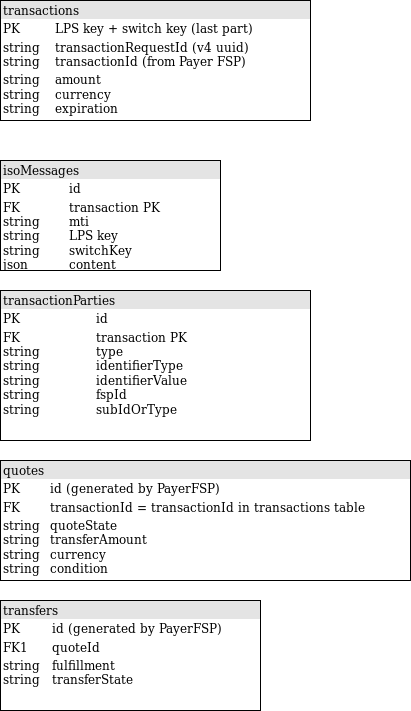
Earlier version of the draw.io export media/Adaptor-database-schema.png (mojaloop/mojaloop-adapter). Source tidied: cells renumbered, new cells last; positions are measured from the earlier drawing's top-left corner, leaving out a move shared by most shapes.
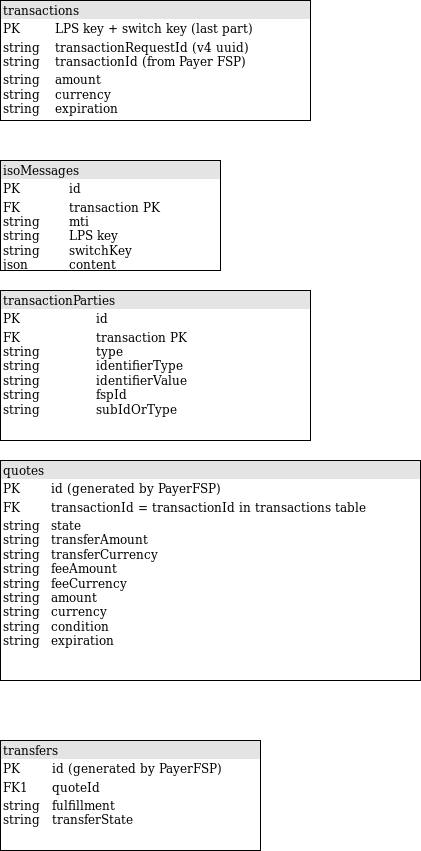
Later version of the same file.

Commit message:
chore: update db schema diagrams

The edit, as a diff of the source:
```diff
@@ -11,11 +11,11 @@
     <mxCell id="4" value="&lt;div style=&quot;box-sizing: border-box ; width: 100% ; background: #e4e4e4 ; padding: 2px&quot;&gt;transactionParties&lt;br&gt;&lt;/div&gt;&lt;table style=&quot;width: 100% ; font-size: 1em&quot; cellspacing=&quot;0&quot; cellpadding=&quot;2&quot;&gt;&lt;tbody&gt;&lt;tr&gt;&lt;td&gt;PK&lt;/td&gt;&lt;td&gt;id&lt;/td&gt;&lt;/tr&gt;&lt;tr&gt;&lt;td&gt;FK&lt;br&gt;string&lt;br&gt;string&lt;br&gt;string&lt;br&gt;string&lt;br&gt;string&lt;br&gt;&lt;/td&gt;&lt;td&gt;transaction PK&lt;br&gt;type&lt;br&gt;identifierType&lt;br&gt;identifierValue&lt;br&gt;fspId&lt;br&gt;subIdOrType&lt;br&gt;&lt;/td&gt;&lt;/tr&gt;&lt;tr&gt;&lt;td&gt;&lt;br&gt;&lt;/td&gt;&lt;td&gt;&lt;br&gt;&lt;/td&gt;&lt;/tr&gt;&lt;/tbody&gt;&lt;/table&gt;" style="verticalAlign=top;align=left;overflow=fill;html=1;" parent="1" vertex="1">
       <mxGeometry y="290" width="310" height="150" as="geometry" />
     </mxCell>
-    <mxCell id="5" value="&lt;div style=&quot;box-sizing: border-box ; width: 100% ; background: #e4e4e4 ; padding: 2px&quot;&gt;quotes&lt;br&gt;&lt;/div&gt;&lt;table style=&quot;width: 100% ; font-size: 1em&quot; cellspacing=&quot;0&quot; cellpadding=&quot;2&quot;&gt;&lt;tbody&gt;&lt;tr&gt;&lt;td&gt;PK&lt;/td&gt;&lt;td&gt;id (generated by PayerFSP)&lt;br&gt;&lt;/td&gt;&lt;/tr&gt;&lt;tr&gt;&lt;td&gt;FK&lt;/td&gt;&lt;td&gt;transactionId = transactionId in transactions table&lt;br&gt;&lt;/td&gt;&lt;/tr&gt;&lt;tr&gt;&lt;td&gt;string&lt;br&gt;string&lt;br&gt;string&lt;br&gt;string&lt;br&gt;&lt;/td&gt;&lt;td&gt;quoteState&lt;br&gt;transferAmount&lt;br&gt;currency&lt;br&gt;condition&lt;br&gt;&lt;/td&gt;&lt;/tr&gt;&lt;/tbody&gt;&lt;/table&gt;" style="verticalAlign=top;align=left;overflow=fill;html=1;" parent="1" vertex="1">
-      <mxGeometry y="460" width="410" height="120" as="geometry" />
+    <mxCell id="5" value="&lt;div style=&quot;box-sizing: border-box ; width: 100% ; background: #e4e4e4 ; padding: 2px&quot;&gt;quotes&lt;br&gt;&lt;/div&gt;&lt;table style=&quot;width: 100% ; font-size: 1em&quot; cellspacing=&quot;0&quot; cellpadding=&quot;2&quot;&gt;&lt;tbody&gt;&lt;tr&gt;&lt;td&gt;PK&lt;/td&gt;&lt;td&gt;id (generated by PayerFSP)&lt;br&gt;&lt;/td&gt;&lt;/tr&gt;&lt;tr&gt;&lt;td&gt;FK&lt;/td&gt;&lt;td&gt;transactionId = transactionId in transactions table&lt;br&gt;&lt;/td&gt;&lt;/tr&gt;&lt;tr&gt;&lt;td&gt;string&lt;br&gt;string&lt;br&gt;string&lt;br&gt;string&lt;br&gt;string&lt;br&gt;string&lt;br&gt;string&lt;br&gt;string&lt;br&gt;string&lt;br&gt;&lt;/td&gt;&lt;td&gt;state&lt;br&gt;transferAmount&lt;br&gt;transferCurrency&lt;br&gt;feeAmount&lt;br&gt;feeCurrency&lt;br&gt;amount&lt;br&gt;currency&lt;br&gt;condition&lt;br&gt;expiration&lt;br&gt;&lt;/td&gt;&lt;/tr&gt;&lt;/tbody&gt;&lt;/table&gt;" style="verticalAlign=top;align=left;overflow=fill;html=1;" parent="1" vertex="1">
+      <mxGeometry y="460" width="420" height="220" as="geometry" />
     </mxCell>
     <mxCell id="6" value="&lt;div style=&quot;box-sizing: border-box ; width: 100% ; background: #e4e4e4 ; padding: 2px&quot;&gt;transfers&lt;br&gt;&lt;/div&gt;&lt;table style=&quot;width: 100% ; font-size: 1em&quot; cellspacing=&quot;0&quot; cellpadding=&quot;2&quot;&gt;&lt;tbody&gt;&lt;tr&gt;&lt;td&gt;PK&lt;/td&gt;&lt;td&gt;id (generated by PayerFSP)&lt;br&gt;&lt;/td&gt;&lt;/tr&gt;&lt;tr&gt;&lt;td&gt;FK1&lt;/td&gt;&lt;td&gt;quoteId&lt;br&gt;&lt;/td&gt;&lt;/tr&gt;&lt;tr&gt;&lt;td&gt;string&lt;br&gt;string&lt;br&gt;&lt;/td&gt;&lt;td&gt;fulfillment&lt;br&gt;transferState&lt;br&gt;&lt;/td&gt;&lt;/tr&gt;&lt;/tbody&gt;&lt;/table&gt;" style="verticalAlign=top;align=left;overflow=fill;html=1;" parent="1" vertex="1">
-      <mxGeometry y="600" width="260" height="110" as="geometry" />
+      <mxGeometry y="740" width="260" height="110" as="geometry" />
     </mxCell>
   </root>
 </mxGraphModel>
```
